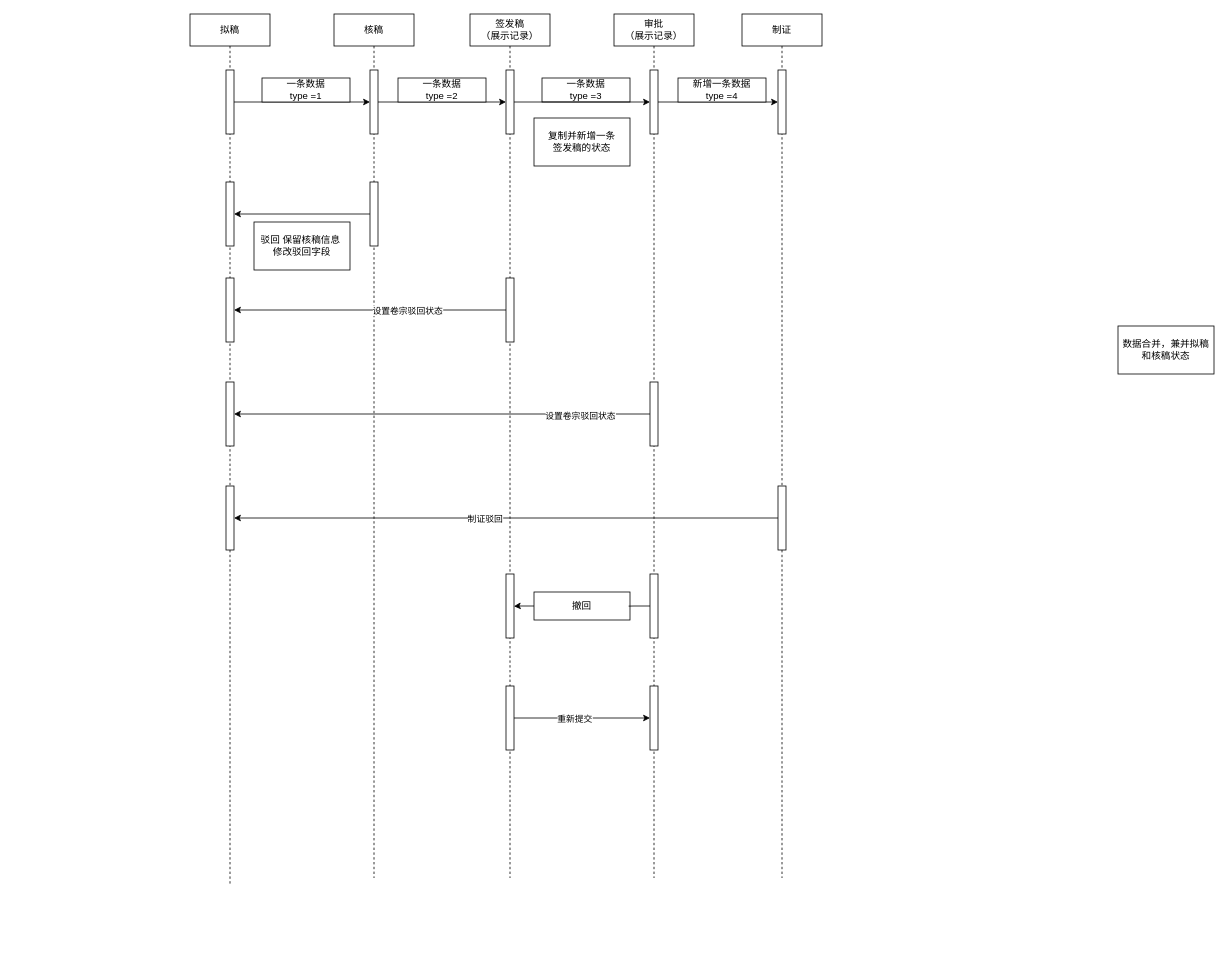
The draw.io diagram 出证审查流程.drawio in mindsc/centOS-trojan, before the edit. Source tidied: cells renumbered, new cells numbered last; positions are measured from the earlier drawing's top-left corner, leaving out a move shared by most shapes. Both pictures are drawn from the tidied source at 80%, with x=0, y=0 at pixel (190, 14).
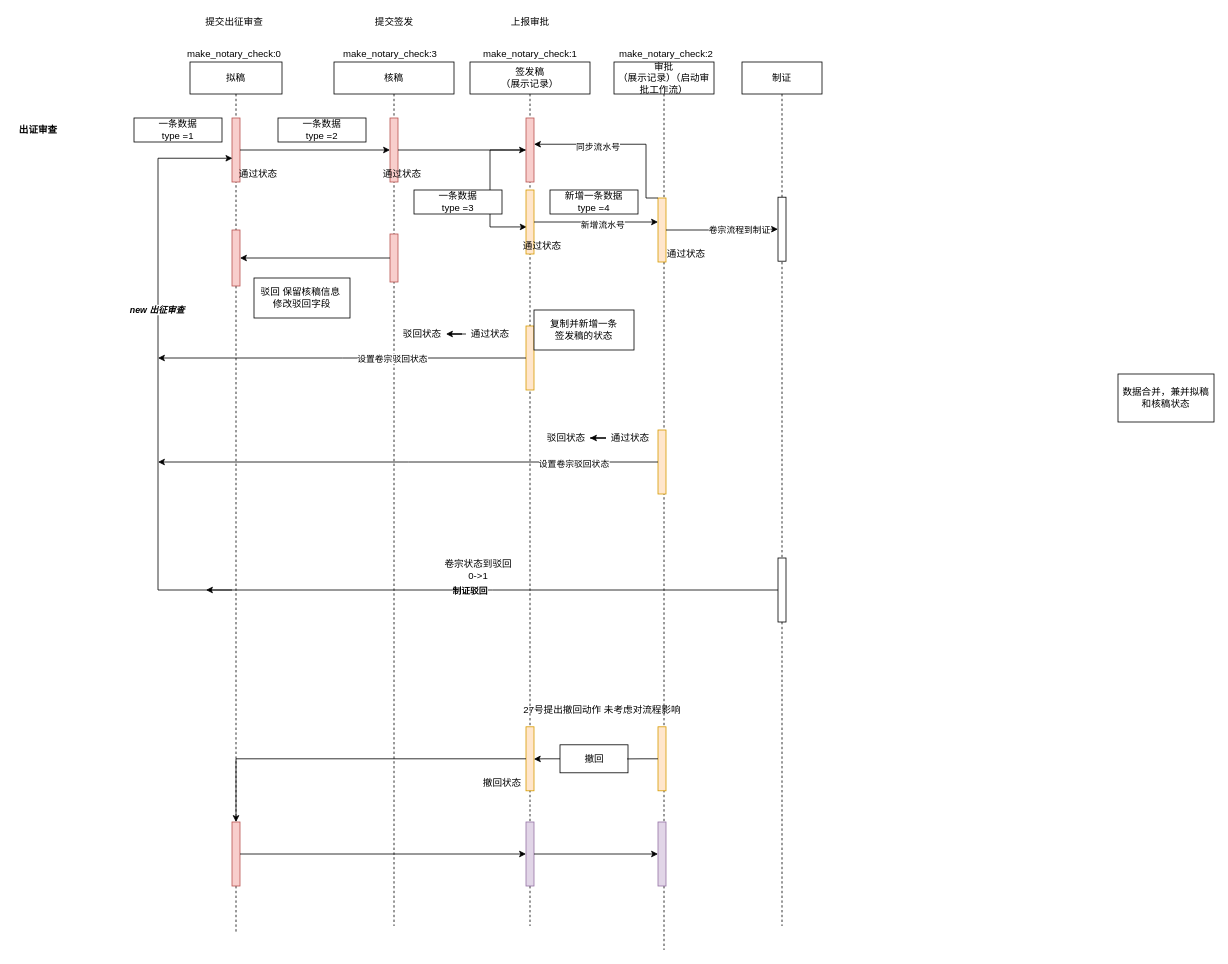
After the change.

Commit message:
Update 出证审查流程.drawio

Change to the diagram source:
```diff
@@
     <mxCell id="2" value="拟稿" style="shape=umlLifeline;perimeter=lifelinePerimeter;whiteSpace=wrap;html=1;" parent="1" vertex="1">
-      <mxGeometry width="100" height="1090" as="geometry" />
+      <mxGeometry y="60" width="115" height="1090" as="geometry" />
     </mxCell>
-    <mxCell id="3" style="html=1;points=[];perimeter=orthogonalPerimeter;" parent="2" vertex="1">
-      <mxGeometry x="45" y="70" width="10" height="80" as="geometry" />
+    <mxCell id="3" style="html=1;points=[];perimeter=orthogonalPerimeter;fillColor=#f8cecc;strokeColor=#b85450;" parent="2" vertex="1">
+      <mxGeometry x="52.5" y="70" width="10" height="80" as="geometry" />
     </mxCell>
-    <mxCell id="4" style="html=1;points=[];perimeter=orthogonalPerimeter;" parent="2" vertex="1">
-      <mxGeometry x="45" y="210" width="10" height="80" as="geometry" />
+    <mxCell id="4" style="html=1;points=[];perimeter=orthogonalPerimeter;fillColor=#f8cecc;strokeColor=#b85450;" parent="2" vertex="1">
+      <mxGeometry x="52.5" y="210" width="10" height="70" as="geometry" />
     </mxCell>
-    <mxCell id="5" style="html=1;points=[];perimeter=orthogonalPerimeter;" parent="2" vertex="1">
-      <mxGeometry x="45" y="330" width="10" height="80" as="geometry" />
-    </mxCell>
-    <mxCell id="6" style="html=1;points=[];perimeter=orthogonalPerimeter;" parent="2" vertex="1">
-      <mxGeometry x="45" y="460" width="10" height="80" as="geometry" />
-    </mxCell>
-    <mxCell id="7" style="html=1;points=[];perimeter=orthogonalPerimeter;" parent="2" vertex="1">
-      <mxGeometry x="45" y="590" width="10" height="80" as="geometry" />
-    </mxCell>
+    <mxCell id="48" style="edgeStyle=orthogonalEdgeStyle;rounded=0;jettySize=auto;html=1;entryX=0.05;entryY=0.629;entryDx=0;entryDy=0;entryPerimeter=0;" parent="2" edge="1" target="3">
+      <mxGeometry relative="1" as="geometry">
+        <mxPoint x="52.5" y="660" as="sourcePoint" />
+        <Array as="points">
+          <mxPoint x="-40" y="660" />
+          <mxPoint x="-40" y="120" />
+        </Array>
+      </mxGeometry>
+    </mxCell>
+    <mxCell id="49" value="new 出征审查" style="edgeLabel;html=1;align=center;verticalAlign=middle;fontStyle=3;" parent="48" vertex="1">
+      <mxGeometry x="-0.57" y="2" relative="1" as="geometry">
+        <mxPoint y="-287" as="offset" />
+      </mxGeometry>
+    </mxCell>
+    <mxCell id="50" style="html=1;points=[];perimeter=orthogonalPerimeter;fillColor=#f8cecc;strokeColor=#b85450;" parent="2" vertex="1">
+      <mxGeometry x="52.5" y="950" width="10" height="80" as="geometry" />
+    </mxCell>
+    <mxCell id="51" value="通过状态" style="text;html=1;align=center;verticalAlign=middle;strokeColor=none;fillColor=none;" parent="2" vertex="1">
+      <mxGeometry x="55" y="130" width="60" height="20" as="geometry" />
+    </mxCell>
     <mxCell id="8" value="核稿" style="shape=umlLifeline;perimeter=lifelinePerimeter;whiteSpace=wrap;html=1;" parent="1" vertex="1">
-      <mxGeometry x="180" width="100" height="1080" as="geometry" />
+      <mxGeometry x="180" y="60" width="150" height="1080" as="geometry" />
     </mxCell>
-    <mxCell id="9" style="html=1;points=[];perimeter=orthogonalPerimeter;" parent="8" vertex="1">
-      <mxGeometry x="45" y="70" width="10" height="80" as="geometry" />
+    <mxCell id="9" style="html=1;points=[];perimeter=orthogonalPerimeter;strokeColor=#b85450;fillColor=#f8cecc;" parent="8" vertex="1">
+      <mxGeometry x="70" y="70" width="10" height="80" as="geometry" />
     </mxCell>
-    <mxCell id="10" style="html=1;points=[];perimeter=orthogonalPerimeter;" parent="8" vertex="1">
-      <mxGeometry x="45" y="210" width="10" height="80" as="geometry" />
+    <mxCell id="10" style="html=1;points=[];perimeter=orthogonalPerimeter;fillColor=#f8cecc;strokeColor=#b85450;" parent="8" vertex="1">
+      <mxGeometry x="70" y="215" width="10" height="60" as="geometry" />
     </mxCell>
+    <mxCell id="52" value="通过状态" style="text;html=1;align=center;verticalAlign=middle;strokeColor=none;fillColor=none;" parent="8" vertex="1">
+      <mxGeometry x="55" y="130" width="60" height="20" as="geometry" />
+    </mxCell>
+    <mxCell id="53" value="驳回状态" style="text;html=1;align=center;verticalAlign=middle;points=[];strokeColor=none;fillColor=none;" parent="8" vertex="1">
+      <mxGeometry x="80" y="330" width="60" height="20" as="geometry" />
+    </mxCell>
     <mxCell id="11" value="签发稿&lt;br&gt;（展示记录）" style="shape=umlLifeline;perimeter=lifelinePerimeter;whiteSpace=wrap;html=1;" parent="1" vertex="1">
-      <mxGeometry x="350" width="100" height="1080" as="geometry" />
+      <mxGeometry x="350" y="60" width="150" height="1080" as="geometry" />
     </mxCell>
+    <mxCell id="54" style="edgeStyle=orthogonalEdgeStyle;rounded=0;jettySize=auto;html=1;entryX=0.083;entryY=0.577;entryDx=0;entryDy=0;entryPerimeter=0;" parent="11" edge="1" source="12" target="56">
+      <mxGeometry relative="1" as="geometry">
+        <Array as="points">
+          <mxPoint x="25" y="110" />
+          <mxPoint x="25" y="206" />
+        </Array>
+      </mxGeometry>
+    </mxCell>
-    <mxCell id="12" style="html=1;points=[];perimeter=orthogonalPerimeter;" parent="11" vertex="1">
-      <mxGeometry x="45" y="70" width="10" height="80" as="geometry" />
+    <mxCell id="12" style="html=1;points=[];perimeter=orthogonalPerimeter;fillColor=#f8cecc;strokeColor=#b85450;" parent="11" vertex="1">
+      <mxGeometry x="70" y="70" width="10" height="80" as="geometry" />
     </mxCell>
-    <mxCell id="13" style="html=1;points=[];perimeter=orthogonalPerimeter;" parent="11" vertex="1">
-      <mxGeometry x="45" y="330" width="10" height="80" as="geometry" />
+    <mxCell id="13" style="html=1;points=[];perimeter=orthogonalPerimeter;fillColor=#ffe6cc;strokeColor=#d79b00;" parent="11" vertex="1">
+      <mxGeometry x="70" y="330" width="10" height="80" as="geometry" />
     </mxCell>
-    <mxCell id="14" style="html=1;points=[];perimeter=orthogonalPerimeter;" parent="11" vertex="1">
-      <mxGeometry x="45" y="700" width="10" height="80" as="geometry" />
+    <mxCell id="14" style="html=1;points=[];perimeter=orthogonalPerimeter;fillColor=#ffe6cc;strokeColor=#d79b00;" parent="11" vertex="1">
+      <mxGeometry x="70" y="831" width="10" height="80" as="geometry" />
     </mxCell>
-    <mxCell id="15" style="html=1;points=[];perimeter=orthogonalPerimeter;" parent="11" vertex="1">
-      <mxGeometry x="45" y="840" width="10" height="80" as="geometry" />
-    </mxCell>
+    <mxCell id="55" style="html=1;points=[];perimeter=orthogonalPerimeter;fillColor=#e1d5e7;strokeColor=#9673a6;" parent="11" vertex="1">
+      <mxGeometry x="70" y="950" width="10" height="80" as="geometry" />
+    </mxCell>
+    <mxCell id="56" style="html=1;points=[];perimeter=orthogonalPerimeter;fillColor=#ffe6cc;strokeColor=#d79b00;" parent="11" vertex="1">
+      <mxGeometry x="70" y="160" width="10" height="80" as="geometry" />
+    </mxCell>
+    <mxCell id="57" value="通过状态" style="text;html=1;align=center;verticalAlign=middle;strokeColor=none;fillColor=none;" parent="11" vertex="1">
+      <mxGeometry x="60" y="220" width="60" height="20" as="geometry" />
+    </mxCell>
+    <mxCell id="58" value="驳回状态" style="text;html=1;align=center;verticalAlign=middle;points=[];strokeColor=none;fillColor=none;" parent="11" vertex="1">
+      <mxGeometry x="90" y="460" width="60" height="20" as="geometry" />
+    </mxCell>
+    <mxCell id="59" value="通过状态" style="text;html=1;align=center;verticalAlign=middle;points=[];strokeColor=none;fillColor=none;" parent="11" vertex="1">
+      <mxGeometry x="-5" y="330" width="60" height="20" as="geometry" />
+    </mxCell>
+    <mxCell id="60" value="卷宗状态到驳回&lt;br&gt;0-&amp;gt;1" style="text;html=1;align=center;verticalAlign=middle;strokeColor=none;fillColor=none;" parent="11" vertex="1">
+      <mxGeometry x="-40" y="620" width="100" height="30" as="geometry" />
+    </mxCell>
+    <mxCell id="61" value="撤回状态" style="text;html=1;align=center;verticalAlign=middle;strokeColor=none;fillColor=none;" parent="11" vertex="1">
+      <mxGeometry x="10" y="891" width="60" height="20" as="geometry" />
+    </mxCell>
-    <mxCell id="16" value="审批&lt;br&gt;（展示记录）" style="shape=umlLifeline;perimeter=lifelinePerimeter;whiteSpace=wrap;html=1;" parent="1" vertex="1">
-      <mxGeometry x="530" width="100" height="1080" as="geometry" />
+    <mxCell id="16" value="审批&lt;br&gt;（展示记录）（启动审批工作流）" style="shape=umlLifeline;perimeter=lifelinePerimeter;whiteSpace=wrap;html=1;" parent="1" vertex="1">
+      <mxGeometry x="530" y="60" width="125" height="1110" as="geometry" />
     </mxCell>
-    <mxCell id="17" style="html=1;points=[];perimeter=orthogonalPerimeter;" parent="16" vertex="1">
-      <mxGeometry x="45" y="70" width="10" height="80" as="geometry" />
-    </mxCell>
-    <mxCell id="18" style="html=1;points=[];perimeter=orthogonalPerimeter;" parent="16" vertex="1">
-      <mxGeometry x="45" y="460" width="10" height="80" as="geometry" />
+    <mxCell id="18" style="html=1;points=[];perimeter=orthogonalPerimeter;fillColor=#ffe6cc;strokeColor=#d79b00;" parent="16" vertex="1">
+      <mxGeometry x="55" y="460" width="10" height="80" as="geometry" />
     </mxCell>
-    <mxCell id="19" style="html=1;points=[];perimeter=orthogonalPerimeter;" parent="16" vertex="1">
-      <mxGeometry x="45" y="700" width="10" height="80" as="geometry" />
+    <mxCell id="19" style="html=1;points=[];perimeter=orthogonalPerimeter;fillColor=#ffe6cc;strokeColor=#d79b00;" parent="16" vertex="1">
+      <mxGeometry x="55" y="831" width="10" height="80" as="geometry" />
     </mxCell>
-    <mxCell id="20" style="html=1;points=[];perimeter=orthogonalPerimeter;" parent="16" vertex="1">
-      <mxGeometry x="45" y="840" width="10" height="80" as="geometry" />
-    </mxCell>
+    <mxCell id="62" style="html=1;points=[];perimeter=orthogonalPerimeter;fillColor=#e1d5e7;strokeColor=#9673a6;" parent="16" vertex="1">
+      <mxGeometry x="55" y="950" width="10" height="80" as="geometry" />
+    </mxCell>
+    <mxCell id="63" style="html=1;points=[];perimeter=orthogonalPerimeter;fillColor=#ffe6cc;strokeColor=#d79b00;" parent="16" vertex="1">
+      <mxGeometry x="55" y="170" width="10" height="80" as="geometry" />
+    </mxCell>
+    <mxCell id="64" value="通过状态" style="text;html=1;align=center;verticalAlign=middle;strokeColor=none;fillColor=none;" parent="16" vertex="1">
+      <mxGeometry x="60" y="230" width="60" height="20" as="geometry" />
+    </mxCell>
+    <mxCell id="65" value="通过状态" style="text;html=1;align=center;verticalAlign=middle;points=[];strokeColor=none;fillColor=none;" parent="16" vertex="1">
+      <mxGeometry x="-10" y="460" width="60" height="20" as="geometry" />
+    </mxCell>
     <mxCell id="21" value="制证" style="shape=umlLifeline;perimeter=lifelinePerimeter;whiteSpace=wrap;html=1;" parent="1" vertex="1">
-      <mxGeometry x="690" width="100" height="1080" as="geometry" />
+      <mxGeometry x="690" y="60" width="100" height="1080" as="geometry" />
     </mxCell>
-    <mxCell id="22" style="html=1;points=[];perimeter=orthogonalPerimeter;" parent="21" vertex="1">
-      <mxGeometry x="45" y="70" width="10" height="80" as="geometry" />
-    </mxCell>
     <mxCell id="23" style="html=1;points=[];perimeter=orthogonalPerimeter;" parent="21" vertex="1">
-      <mxGeometry x="45" y="590" width="10" height="80" as="geometry" />
+      <mxGeometry x="45" y="620" width="10" height="80" as="geometry" />
     </mxCell>
+    <mxCell id="66" style="html=1;points=[];perimeter=orthogonalPerimeter;" parent="21" vertex="1">
+      <mxGeometry x="45" y="169" width="10" height="80" as="geometry" />
+    </mxCell>
@@
     <mxCell id="25" value="一条数据 &lt;br&gt;type =2" style="whiteSpace=wrap;html=1;" parent="1" vertex="1">
-      <mxGeometry x="260" y="80" width="110" height="30" as="geometry" />
+      <mxGeometry x="110" y="130" width="110" height="30" as="geometry" />
     </mxCell>
     <mxCell id="26" value="一条数据 &lt;br&gt;type =3" style="whiteSpace=wrap;html=1;" parent="1" vertex="1">
-      <mxGeometry x="440" y="80" width="110" height="30" as="geometry" />
+      <mxGeometry x="280" y="220" width="110" height="30" as="geometry" />
     </mxCell>
-    <mxCell id="27" style="edgeStyle=orthogonalEdgeStyle;rounded=0;jettySize=auto;html=1;" parent="1" edge="1" source="12" target="17">
-      <mxGeometry relative="1" as="geometry" />
-    </mxCell>
-    <mxCell id="28" style="edgeStyle=orthogonalEdgeStyle;rounded=0;jettySize=auto;html=1;" parent="1" edge="1" source="17" target="22">
-      <mxGeometry relative="1" as="geometry" />
-    </mxCell>
-    <mxCell id="29" value="新增一条数据 &lt;br&gt;type =4" style="whiteSpace=wrap;html=1;" parent="1" vertex="1">
-      <mxGeometry x="610" y="80" width="110" height="30" as="geometry" />
-    </mxCell>
@@
-    <mxCell id="32" style="edgeStyle=orthogonalEdgeStyle;rounded=0;jettySize=auto;html=1;" parent="1" edge="1" source="13" target="5">
-      <mxGeometry relative="1" as="geometry" />
+    <mxCell id="32" style="edgeStyle=orthogonalEdgeStyle;rounded=0;jettySize=auto;html=1;" parent="1" edge="1" source="13">
+      <mxGeometry relative="1" as="geometry">
+        <mxPoint x="-40" y="430" as="targetPoint" />
+      </mxGeometry>
     </mxCell>
@@
-    <mxCell id="34" style="edgeStyle=orthogonalEdgeStyle;rounded=0;jettySize=auto;html=1;" parent="1" edge="1" source="18" target="6">
-      <mxGeometry relative="1" as="geometry" />
+    <mxCell id="34" style="edgeStyle=orthogonalEdgeStyle;rounded=0;jettySize=auto;html=1;" parent="1" edge="1" source="18">
+      <mxGeometry relative="1" as="geometry">
+        <mxPoint x="-40" y="560" as="targetPoint" />
+      </mxGeometry>
     </mxCell>
@@
-    <mxCell id="37" style="edgeStyle=orthogonalEdgeStyle;rounded=0;jettySize=auto;html=1;" parent="1" edge="1" source="23" target="7">
-      <mxGeometry relative="1" as="geometry" />
+    <mxCell id="37" style="edgeStyle=orthogonalEdgeStyle;rounded=0;jettySize=auto;html=1;" parent="1" edge="1" source="23">
+      <mxGeometry relative="1" as="geometry">
+        <mxPoint x="20" y="720" as="targetPoint" />
+      </mxGeometry>
     </mxCell>
-    <mxCell id="38" value="制证驳回" style="edgeLabel;html=1;align=center;verticalAlign=middle;" parent="37" vertex="1">
+    <mxCell id="38" value="&lt;b&gt;制证驳回&lt;/b&gt;" style="edgeLabel;html=1;align=center;verticalAlign=middle;" parent="37" vertex="1">
       <mxGeometry x="0.08" y="1" relative="1" as="geometry" />
     </mxCell>
     <mxCell id="39" value="一条数据 &lt;br&gt;type =1" style="whiteSpace=wrap;html=1;" parent="1" vertex="1">
-      <mxGeometry x="90" y="80" width="110" height="30" as="geometry" />
+      <mxGeometry x="-70" y="130" width="110" height="30" as="geometry" />
     </mxCell>
     <mxCell id="40" value="数据合并，兼并拟稿和核稿状态" style="whiteSpace=wrap;html=1;" parent="1" vertex="1">
-      <mxGeometry x="1160" y="390" width="120" height="60" as="geometry" />
+      <mxGeometry x="1160" y="450" width="120" height="60" as="geometry" />
     </mxCell>
     <mxCell id="41" value="复制并新增一条&lt;br&gt;签发稿的状态" style="whiteSpace=wrap;html=1;" parent="1" vertex="1">
-      <mxGeometry x="430" y="130" width="120" height="60" as="geometry" />
+      <mxGeometry x="430" y="370" width="125" height="50" as="geometry" />
     </mxCell>
     <mxCell id="42" value="驳回 保留核稿信息&amp;nbsp;&lt;br&gt;修改驳回字段" style="whiteSpace=wrap;html=1;" parent="1" vertex="1">
-      <mxGeometry x="80" y="260" width="120" height="60" as="geometry" />
+      <mxGeometry x="80" y="330" width="120" height="50" as="geometry" />
     </mxCell>
@@
     <mxCell id="44" value="撤回" style="whiteSpace=wrap;html=1;" parent="1" vertex="1">
-      <mxGeometry x="430" y="722.5" width="120" height="35" as="geometry" />
+      <mxGeometry x="462.5" y="913.5" width="85" height="35" as="geometry" />
     </mxCell>
@@
-    <mxCell id="46" style="edgeStyle=orthogonalEdgeStyle;rounded=0;jettySize=auto;html=1;" parent="1" edge="1" source="15" target="20">
-      <mxGeometry relative="1" as="geometry" />
-    </mxCell>
-    <mxCell id="47" value="重新提交" style="edgeLabel;html=1;align=center;verticalAlign=middle;" parent="46" vertex="1">
-      <mxGeometry x="-0.34" relative="1" as="geometry">
-        <mxPoint x="19" as="offset" />
-      </mxGeometry>
-    </mxCell>
+    <mxCell id="67" style="edgeStyle=orthogonalEdgeStyle;rounded=0;jettySize=auto;html=1;" parent="1" edge="1" source="55" target="62">
+      <mxGeometry relative="1" as="geometry" />
+    </mxCell>
+    <mxCell id="68" style="edgeStyle=orthogonalEdgeStyle;rounded=0;jettySize=auto;html=1;" parent="1" edge="1" source="50" target="55">
+      <mxGeometry relative="1" as="geometry" />
+    </mxCell>
+    <mxCell id="69" style="edgeStyle=orthogonalEdgeStyle;rounded=0;jettySize=auto;html=1;" parent="1" edge="1" source="56" target="63">
+      <mxGeometry relative="1" as="geometry">
+        <Array as="points">
+          <mxPoint x="430" y="260" />
+          <mxPoint x="430" y="260" />
+        </Array>
+      </mxGeometry>
+    </mxCell>
+    <mxCell id="70" value="新增流水号" style="edgeLabel;html=1;align=center;verticalAlign=middle;" parent="69" vertex="1">
+      <mxGeometry x="0.1" y="-3" relative="1" as="geometry" />
+    </mxCell>
+    <mxCell id="71" style="edgeStyle=orthogonalEdgeStyle;rounded=0;jettySize=auto;html=1;" parent="1" edge="1" source="63" target="66">
+      <mxGeometry relative="1" as="geometry" />
+    </mxCell>
+    <mxCell id="72" value="卷宗流程到制证" style="edgeLabel;html=1;align=center;verticalAlign=middle;" parent="71" vertex="1">
+      <mxGeometry x="0.31" relative="1" as="geometry" />
+    </mxCell>
+    <mxCell id="73" style="edgeStyle=orthogonalEdgeStyle;rounded=0;jettySize=auto;html=1;entryX=1;entryY=0.41;entryDx=0;entryDy=0;entryPerimeter=0;" parent="1" edge="1" source="63" target="12">
+      <mxGeometry relative="1" as="geometry">
+        <Array as="points">
+          <mxPoint x="570" y="230" />
+          <mxPoint x="570" y="163" />
+        </Array>
+      </mxGeometry>
+    </mxCell>
+    <mxCell id="74" value="同步流水号" style="edgeLabel;html=1;align=center;verticalAlign=middle;" parent="73" vertex="1">
+      <mxGeometry x="0.29" y="3" relative="1" as="geometry" />
+    </mxCell>
+    <mxCell id="29" value="新增一条数据 &lt;br&gt;type =4" style="whiteSpace=wrap;html=1;" parent="1" vertex="1">
+      <mxGeometry x="450" y="220" width="110" height="30" as="geometry" />
+    </mxCell>
+    <mxCell id="75" style="edgeStyle=orthogonalEdgeStyle;rounded=0;jettySize=auto;html=1;" parent="1" edge="1" source="65" target="58">
+      <mxGeometry relative="1" as="geometry" />
+    </mxCell>
+    <mxCell id="76" style="edgeStyle=orthogonalEdgeStyle;rounded=0;jettySize=auto;html=1;" parent="1" edge="1" source="59" target="53">
+      <mxGeometry relative="1" as="geometry" />
+    </mxCell>
+    <mxCell id="77" value="出证审查" style="text;html=1;align=center;verticalAlign=middle;strokeColor=none;fillColor=none;fontStyle=1;" parent="1" vertex="1">
+      <mxGeometry x="-220" y="135" width="60" height="20" as="geometry" />
+    </mxCell>
+    <mxCell id="78" value="27号提出撤回动作 未考虑对流程影响" style="text;html=1;align=center;verticalAlign=middle;strokeColor=none;fillColor=none;" parent="1" vertex="1">
+      <mxGeometry x="410" y="860" width="210" height="20" as="geometry" />
+    </mxCell>
+    <mxCell id="79" style="edgeStyle=orthogonalEdgeStyle;rounded=0;jettySize=auto;html=1;" parent="1" edge="1" source="14" target="50">
+      <mxGeometry relative="1" as="geometry" />
+    </mxCell>
+    <mxCell id="80" value="make_notary_check:0" style="text;html=1;align=center;verticalAlign=middle;strokeColor=none;fillColor=none;" parent="1" vertex="1">
+      <mxGeometry x="-10" y="40" width="130" height="20" as="geometry" />
+    </mxCell>
+    <mxCell id="81" value="make_notary_check:1" style="text;html=1;align=center;verticalAlign=middle;strokeColor=none;fillColor=none;" parent="1" vertex="1">
+      <mxGeometry x="360" y="40" width="130" height="20" as="geometry" />
+    </mxCell>
+    <mxCell id="82" value="make_notary_check:2" style="text;html=1;align=center;verticalAlign=middle;strokeColor=none;fillColor=none;" parent="1" vertex="1">
+      <mxGeometry x="530" y="40" width="130" height="20" as="geometry" />
+    </mxCell>
+    <mxCell id="83" value="make_notary_check:3" style="text;html=1;align=center;verticalAlign=middle;strokeColor=none;fillColor=none;" parent="1" vertex="1">
+      <mxGeometry x="185" y="40" width="130" height="20" as="geometry" />
+    </mxCell>
+    <mxCell id="84" value="提交出征审查" style="text;html=1;align=center;verticalAlign=middle;strokeColor=none;fillColor=none;" parent="1" vertex="1">
+      <mxGeometry x="10" width="90" height="20" as="geometry" />
+    </mxCell>
+    <mxCell id="85" value="提交签发" style="text;html=1;align=center;verticalAlign=middle;strokeColor=none;fillColor=none;" parent="1" vertex="1">
+      <mxGeometry x="225" width="60" height="20" as="geometry" />
+    </mxCell>
+    <mxCell id="86" value="上报审批" style="text;html=1;align=center;verticalAlign=middle;strokeColor=none;fillColor=none;" parent="1" vertex="1">
+      <mxGeometry x="395" width="60" height="20" as="geometry" />
+    </mxCell>
```
